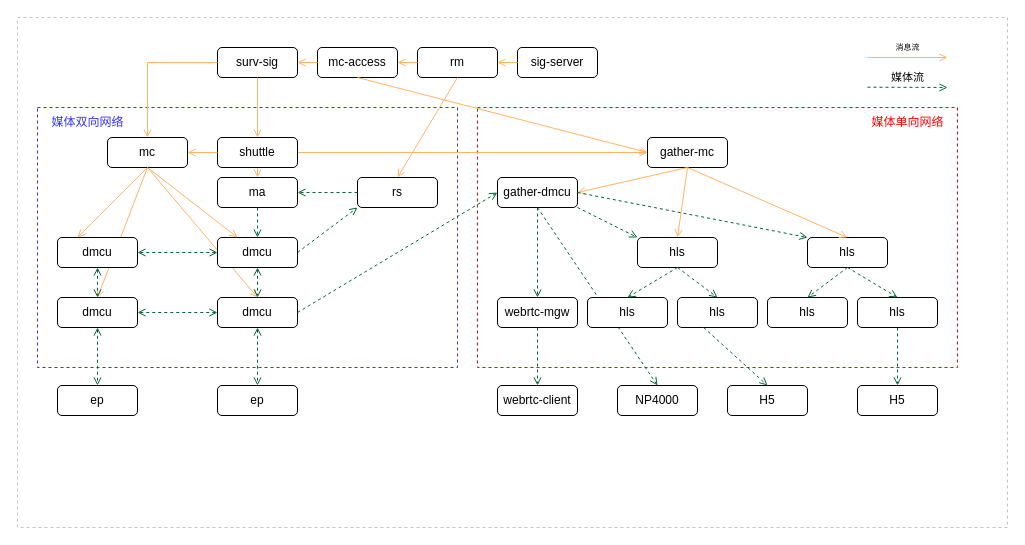
Earlier version of the draw.io diagram page "内网直播" (1 of 2) of 单向网络-内网直播.drawio (Liaozengxiang/test). Source tidied: cells renumbered, new cells numbered last; positions are measured from the earlier drawing's top-left corner, leaving out a move shared by most shapes. Both pictures are drawn from the tidied source at 100%, with x=0, y=0 at pixel (17, 17).
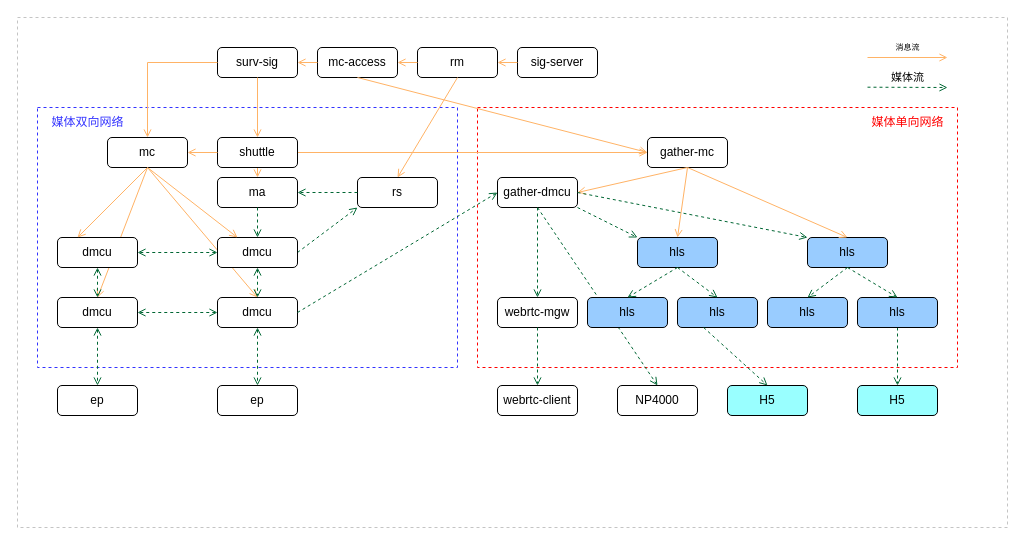
The same page after the edit.

Commit message (it also covers changes not shown here):
Update 单向网络-内网直播.drawio

What changed in the source:
```diff
@@
-    <mxCell id="15" value="hls" style="rounded=1;whiteSpace=wrap;html=1;" parent="1" vertex="1">
+    <mxCell id="15" value="hls" style="rounded=1;whiteSpace=wrap;html=1;fillColor=#99CCFF;" parent="1" vertex="1">
       <mxGeometry x="620" y="220" width="80" height="30" as="geometry" />
     </mxCell>
-    <mxCell id="16" value="hls" style="rounded=1;whiteSpace=wrap;html=1;" parent="1" vertex="1">
+    <mxCell id="16" value="hls" style="rounded=1;whiteSpace=wrap;html=1;fillColor=#99CCFF;" parent="1" vertex="1">
       <mxGeometry x="570" y="280" width="80" height="30" as="geometry" />
     </mxCell>
-    <mxCell id="17" value="hls" style="rounded=1;whiteSpace=wrap;html=1;" parent="1" vertex="1">
+    <mxCell id="17" value="hls" style="rounded=1;whiteSpace=wrap;html=1;fillColor=#99CCFF;" parent="1" vertex="1">
       <mxGeometry x="660" y="280" width="80" height="30" as="geometry" />
     </mxCell>
@@
-    <mxCell id="22" value="H5" style="rounded=1;whiteSpace=wrap;html=1;" parent="1" vertex="1">
+    <mxCell id="22" value="H5" style="rounded=1;whiteSpace=wrap;html=1;fillColor=#99FFFF;" parent="1" vertex="1">
       <mxGeometry x="710" y="368" width="80" height="30" as="geometry" />
     </mxCell>
-    <mxCell id="23" value="H5" style="rounded=1;whiteSpace=wrap;html=1;" parent="1" vertex="1">
+    <mxCell id="23" value="H5" style="rounded=1;whiteSpace=wrap;html=1;fillColor=#99FFFF;" parent="1" vertex="1">
       <mxGeometry x="840" y="368" width="80" height="30" as="geometry" />
     </mxCell>
@@
-    <mxCell id="54" value="hls" style="rounded=1;whiteSpace=wrap;html=1;" parent="1" vertex="1">
+    <mxCell id="54" value="hls" style="rounded=1;whiteSpace=wrap;html=1;fillColor=#99CCFF;" parent="1" vertex="1">
       <mxGeometry x="790" y="220" width="80" height="30" as="geometry" />
     </mxCell>
-    <mxCell id="55" value="hls" style="rounded=1;whiteSpace=wrap;html=1;" parent="1" vertex="1">
+    <mxCell id="55" value="hls" style="rounded=1;whiteSpace=wrap;html=1;fillColor=#99CCFF;" parent="1" vertex="1">
       <mxGeometry x="750" y="280" width="80" height="30" as="geometry" />
     </mxCell>
-    <mxCell id="56" value="hls" style="rounded=1;whiteSpace=wrap;html=1;" parent="1" vertex="1">
+    <mxCell id="56" value="hls" style="rounded=1;whiteSpace=wrap;html=1;fillColor=#99CCFF;" parent="1" vertex="1">
       <mxGeometry x="840" y="280" width="80" height="30" as="geometry" />
     </mxCell>
```
